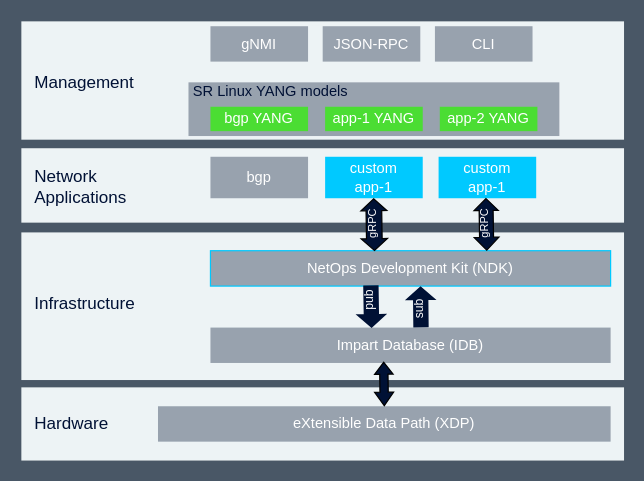
Before: ndk.drawio in srl-labs/learn-srlinux, a draw.io diagram. Source tidied: cells renumbered, new cells numbered last; positions are measured from the earlier drawing's top-left corner, leaving out a move shared by most shapes. Both pictures are drawn from the tidied source at 122%, with x=0, y=0 at pixel (21, 21).
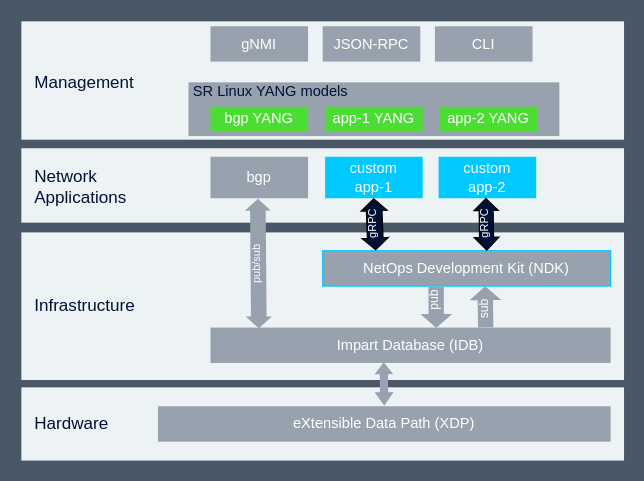
Above is the later version.

Unchanged cells that the change refers to:
```xml
<mxCell id="4" value="eXtensible Data Path (XDP)" style="rounded=0;whiteSpace=wrap;html=1;strokeColor=none;fillColor=#98A2AE;fontFamily=Nokia Pure Text;fontColor=#FFFFFF;" parent="1" vertex="1">
  <mxGeometry x="112" y="315.5" width="371" height="29" as="geometry" />
</mxCell>
<mxCell id="8" value="Impart Database (IDB)" style="rounded=0;whiteSpace=wrap;html=1;strokeColor=none;fillColor=#98A2AE;fontFamily=Nokia Pure Text;fontColor=#FFFFFF;" parent="1" vertex="1">
  <mxGeometry x="155" y="251" width="328" height="29" as="geometry" />
</mxCell>
```

What changed in the source:
```diff
@@
     <mxCell id="6" value="&lt;font&gt;Infrastructure&lt;/font&gt;" style="text;html=1;align=left;verticalAlign=middle;fontSize=14;fontFamily=Nokia Pure Text;fontStyle=0;fontColor=#001135;" parent="1" vertex="1">
-      <mxGeometry x="9" y="219.5" width="99" height="22" as="geometry" />
+      <mxGeometry x="9" y="221.9" width="99" height="22" as="geometry" />
     </mxCell>
     <mxCell id="7" value="NetOps Development Kit (NDK)" style="rounded=0;whiteSpace=wrap;html=1;strokeColor=#00C9FF;fillColor=#98A2AE;fontFamily=Nokia Pure Text;fontColor=#FFFFFF;" parent="1" vertex="1">
-      <mxGeometry x="155" y="188" width="328" height="29" as="geometry" />
+      <mxGeometry x="247" y="188" width="236" height="29" as="geometry" />
     </mxCell>
@@
-    <mxCell id="12" value="custom&lt;br&gt;app-1" style="rounded=0;whiteSpace=wrap;html=1;strokeColor=none;fillColor=#00C9FF;fontFamily=Nokia Pure Text;fontColor=#FFFFFF;" parent="1" vertex="1">
+    <mxCell id="12" value="custom&lt;br&gt;app-2" style="rounded=0;whiteSpace=wrap;html=1;strokeColor=none;fillColor=#00C9FF;fontFamily=Nokia Pure Text;fontColor=#FFFFFF;" parent="1" vertex="1">
       <mxGeometry x="342" y="111" width="80" height="34" as="geometry" />
     </mxCell>
@@
-    <mxCell id="24" style="shape=flexArrow;endArrow=classic;html=1;rounded=0;fontFamily=Nokia Pure Text;fontSize=12;fontColor=#FFFFFF;strokeColor=none;fillColor=#001135;exitX=0.401;exitY=0.985;exitDx=0;exitDy=0;exitPerimeter=0;entryX=0.472;entryY=0.03;entryDx=0;entryDy=0;entryPerimeter=0;endWidth=12.338709677419356;endSize=3.4694444444444446;width=12.580645161290322;" parent="1" edge="1">
+    <mxCell id="24" style="shape=flexArrow;endArrow=classic;html=1;rounded=0;fontFamily=Nokia Pure Text;fontSize=12;fontColor=#FFFFFF;strokeColor=none;fillColor=#98A2AE;entryX=0.472;entryY=0.03;entryDx=0;entryDy=0;entryPerimeter=0;endWidth=12.338709677419356;endSize=3.4694444444444446;width=12.580645161290322;" parent="1" edge="1">
       <mxGeometry relative="1" as="geometry">
-        <mxPoint x="286.5" y="216" as="sourcePoint" />
-        <mxPoint x="287.1" y="251.8" as="targetPoint" />
+        <mxPoint x="340" y="217" as="sourcePoint" />
+        <mxPoint x="340.1" y="251.8" as="targetPoint" />
       </mxGeometry>
     </mxCell>
     <mxCell id="25" value="&lt;font style=&quot;font-size: 10px;&quot;&gt;pub&lt;/font&gt;" style="text;html=1;align=left;verticalAlign=middle;fontSize=10;fontFamily=Nokia Pure Text;fontStyle=0;fontColor=#FFFFFF;rotation=-90;" parent="1" vertex="1">
-      <mxGeometry x="271" y="216.4" width="28" height="17" as="geometry" />
+      <mxGeometry x="324" y="216.4" width="28" height="17" as="geometry" />
     </mxCell>
-    <mxCell id="26" style="shape=flexArrow;endArrow=classic;html=1;rounded=0;fontFamily=Nokia Pure Text;fontSize=12;fontColor=#FFFFFF;strokeColor=none;fillColor=#001135;entryX=0.525;entryY=1.006;entryDx=0;entryDy=0;entryPerimeter=0;endWidth=12.338709677419356;endSize=3.4694444444444446;width=12.580645161290322;exitX=0.581;exitY=0.012;exitDx=0;exitDy=0;exitPerimeter=0;" parent="1" edge="1">
+    <mxCell id="26" style="shape=flexArrow;endArrow=classic;html=1;rounded=0;fontFamily=Nokia Pure Text;fontSize=12;fontColor=#FFFFFF;strokeColor=none;fillColor=#98A2AE;entryX=0.525;entryY=1.006;entryDx=0;entryDy=0;entryPerimeter=0;endWidth=12.338709677419356;endSize=3.4694444444444446;width=12.580645161290322;exitX=0.581;exitY=0.012;exitDx=0;exitDy=0;exitPerimeter=0;" parent="1" edge="1">
       <mxGeometry relative="1" as="geometry">
-        <mxPoint x="327.6" y="251.3" as="sourcePoint" />
-        <mxPoint x="327.2" y="216.6" as="targetPoint" />
+        <mxPoint x="380.6" y="251.3" as="sourcePoint" />
+        <mxPoint x="380.2" y="216.6" as="targetPoint" />
       </mxGeometry>
     </mxCell>
     <mxCell id="27" value="sub" style="text;html=1;align=left;verticalAlign=middle;fontSize=10;fontFamily=Nokia Pure Text;fontStyle=0;fontColor=#FFFFFF;rotation=-90;" parent="1" vertex="1">
-      <mxGeometry x="313" y="224.4" width="27" height="17" as="geometry" />
+      <mxGeometry x="366" y="224.4" width="27" height="17" as="geometry" />
     </mxCell>
-    <mxCell id="28" style="shape=flexArrow;endArrow=classic;startArrow=classic;html=1;rounded=0;fontFamily=Nokia Pure Text;fontSize=10;fontColor=#FFFFFF;fillColor=#001135;exitX=0.5;exitY=0;exitDx=0;exitDy=0;endWidth=7.382550335570469;endSize=2.9096774193548387;startWidth=7.7852348993288585;startSize=3.3436241610738255;width=6.774193548387097;" parent="1" edge="1" source="4">
+    <mxCell id="28" style="shape=flexArrow;endArrow=classic;startArrow=classic;html=1;rounded=0;fontFamily=Nokia Pure Text;fontSize=10;fontColor=#FFFFFF;fillColor=#98A2AE;exitX=0.5;exitY=0;exitDx=0;exitDy=0;endWidth=7.382550335570469;endSize=2.9096774193548387;startWidth=7.7852348993288585;startSize=3.3436241610738255;width=6.774193548387097;strokeColor=none;" parent="1" edge="1" source="4">
       <mxGeometry relative="1" as="geometry">
         <mxPoint x="297" y="279" as="targetPoint" />
       </mxGeometry>
     </mxCell>
-    <mxCell id="29" style="shape=flexArrow;endArrow=classic;startArrow=classic;html=1;rounded=0;fontFamily=Nokia Pure Text;fontSize=10;fontColor=#FFFFFF;fillColor=#001135;exitX=0.41;exitY=0.007;exitDx=0;exitDy=0;endWidth=7.382550335570469;endSize=2.9096774193548387;startWidth=7.7852348993288585;startSize=2.8543689320388346;width=12.815533980582524;exitPerimeter=0;" parent="1" edge="1" source="7">
+    <mxCell id="29" style="shape=flexArrow;endArrow=classic;startArrow=classic;html=1;rounded=0;fontFamily=Nokia Pure Text;fontSize=10;fontColor=#FFFFFF;fillColor=#001135;exitX=0.184;exitY=-0.011;exitDx=0;exitDy=0;endWidth=7.382550335570469;endSize=2.9096774193548387;startWidth=7.7852348993288585;startSize=2.8543689320388346;width=12.815533980582524;exitPerimeter=0;" parent="1" edge="1" source="7">
       <mxGeometry relative="1" as="geometry">
         <mxPoint x="288.8" y="145" as="targetPoint" />
       </mxGeometry>
     </mxCell>
@@
+    <mxCell id="33" style="shape=flexArrow;endArrow=classic;startArrow=classic;html=1;rounded=0;fontFamily=Nokia Pure Text;fontSize=10;fontColor=#FFFFFF;fillColor=#98A2AE;exitX=0.121;exitY=0.034;exitDx=0;exitDy=0;endWidth=7.382550335570469;endSize=2.9096774193548387;startWidth=7.7852348993288585;startSize=2.8543689320388346;width=12.815533980582524;exitPerimeter=0;strokeColor=none;" parent="1" edge="1" source="8">
+      <mxGeometry relative="1" as="geometry">
+        <mxPoint x="193.8" y="145" as="targetPoint" />
+      </mxGeometry>
+    </mxCell>
+    <mxCell id="34" value="&lt;font style=&quot;font-size: 9px&quot;&gt;pub/sub&lt;/font&gt;" style="text;html=1;align=left;verticalAlign=middle;fontSize=9;fontFamily=Nokia Pure Text;fontStyle=0;fontColor=#FFFFFF;rotation=-90;" parent="1" vertex="1">
+      <mxGeometry x="170" y="187" width="45" height="16" as="geometry" />
+    </mxCell>
```
